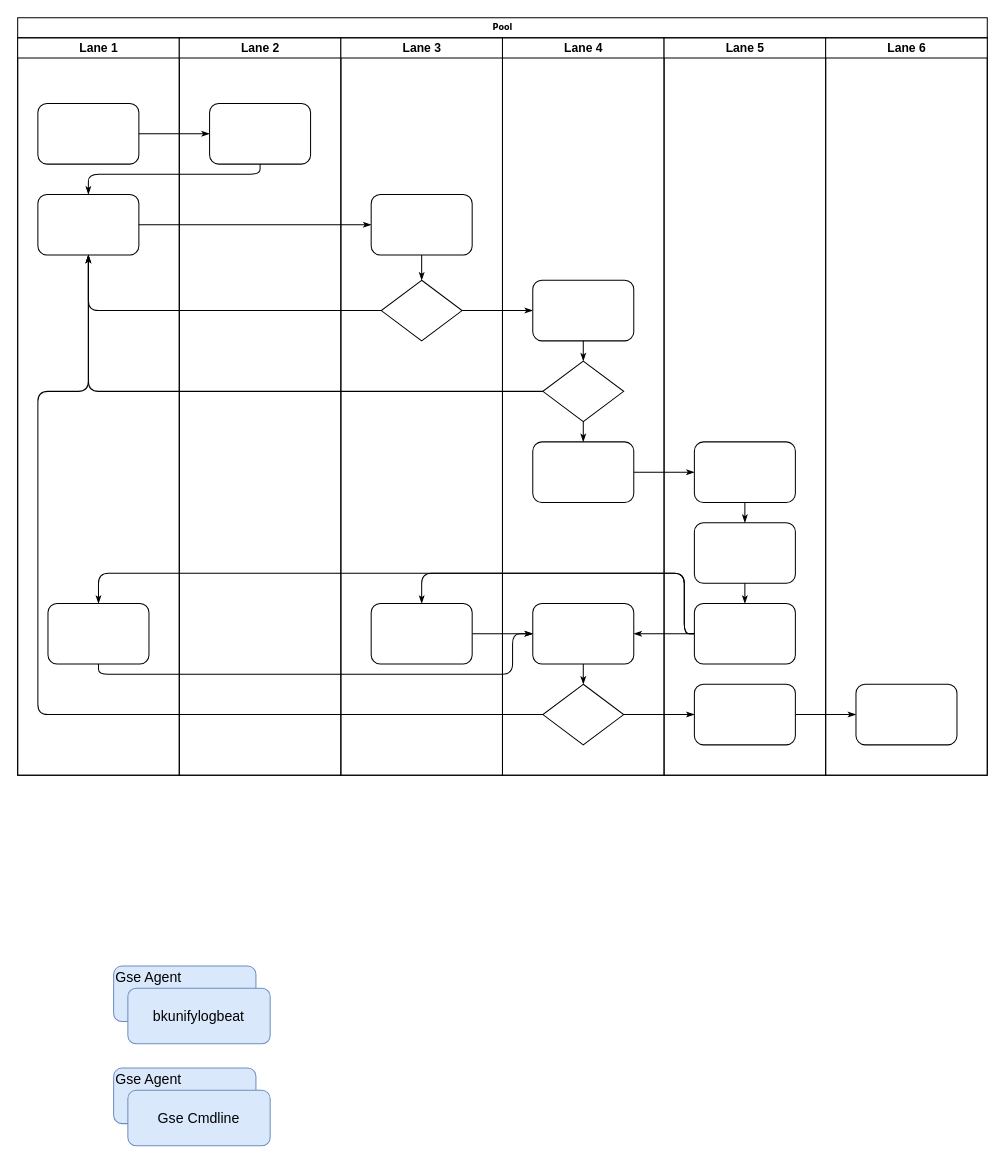
The draw.io diagram Untitled Diagram.drawio in Eli-ZhangLu/tools, before the edit. Source tidied: cells renumbered, new cells numbered last; positions are measured from the earlier drawing's top-left corner, leaving out a move shared by most shapes. Both pictures are drawn from the tidied source at 101%, with x=0, y=0 at pixel (17, 17).
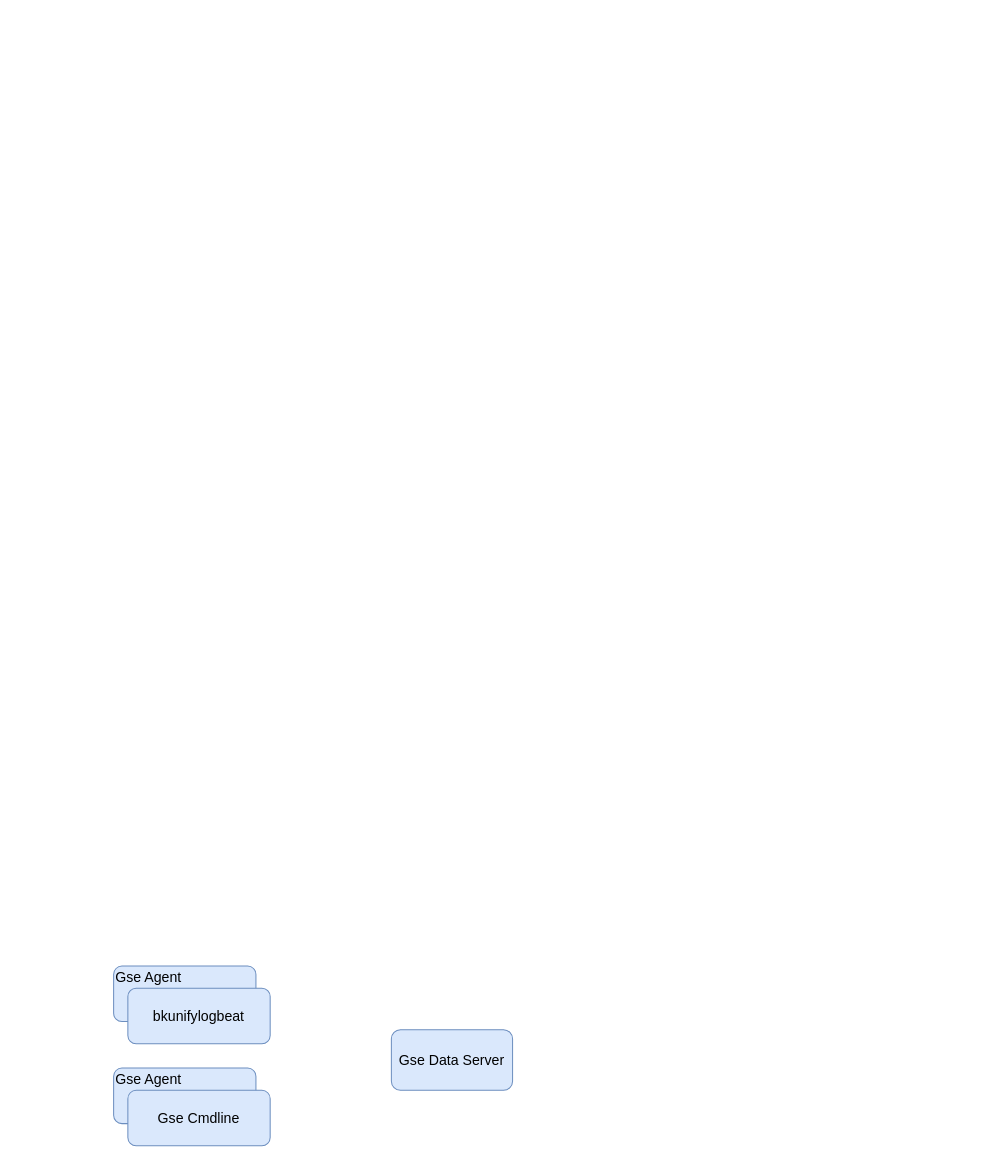
Above is the later version.

What changed in the source:
```diff
@@
-    <mxCell id="2" value="Pool" style="swimlane;html=1;startSize=20;rounded=0;shadow=0;labelBackgroundColor=none;strokeWidth=1;fontFamily=Verdana;fontSize=8;align=center;" parent="1" vertex="1">
-      <mxGeometry width="960" height="750" as="geometry" />
-    </mxCell>
-    <mxCell id="3" value="Lane 1" style="swimlane;html=1;startSize=20;" parent="2" vertex="1">
-      <mxGeometry y="20" width="160" height="730" as="geometry" />
-    </mxCell>
-    <mxCell id="4" style="rounded=1;whiteSpace=wrap;html=1;shadow=0;labelBackgroundColor=none;strokeWidth=1;fontFamily=Verdana;fontSize=8;align=center;" parent="3" vertex="1">
-      <mxGeometry x="20" y="65" width="100" height="60" as="geometry" />
-    </mxCell>
-    <mxCell id="5" style="rounded=1;whiteSpace=wrap;html=1;shadow=0;labelBackgroundColor=none;strokeWidth=1;fontFamily=Verdana;fontSize=8;align=center;" parent="3" vertex="1">
-      <mxGeometry x="20" y="155" width="100" height="60" as="geometry" />
-    </mxCell>
-    <mxCell id="6" style="rounded=1;whiteSpace=wrap;html=1;shadow=0;labelBackgroundColor=none;strokeWidth=1;fontFamily=Verdana;fontSize=8;align=center;" parent="3" vertex="1">
-      <mxGeometry x="30" y="560" width="100" height="60" as="geometry" />
-    </mxCell>
-    <mxCell id="7" style="edgeStyle=orthogonalEdgeStyle;rounded=1;html=1;labelBackgroundColor=none;startArrow=none;startFill=0;startSize=5;endArrow=classicThin;endFill=1;endSize=5;jettySize=auto;strokeWidth=1;fontFamily=Verdana;fontSize=8;" parent="2" edge="1" source="4" target="23">
-      <mxGeometry relative="1" as="geometry" />
-    </mxCell>
-    <mxCell id="8" style="edgeStyle=orthogonalEdgeStyle;rounded=1;html=1;labelBackgroundColor=none;startArrow=none;startFill=0;startSize=5;endArrow=classicThin;endFill=1;endSize=5;jettySize=auto;strokeWidth=1;fontFamily=Verdana;fontSize=8;" parent="2" edge="1" source="23" target="5">
-      <mxGeometry relative="1" as="geometry">
-        <Array as="points">
-          <mxPoint x="240" y="155" />
-          <mxPoint x="70" y="155" />
-        </Array>
-      </mxGeometry>
-    </mxCell>
-    <mxCell id="9" style="edgeStyle=orthogonalEdgeStyle;rounded=1;html=1;labelBackgroundColor=none;startArrow=none;startFill=0;startSize=5;endArrow=classicThin;endFill=1;endSize=5;jettySize=auto;strokeWidth=1;fontFamily=Verdana;fontSize=8;" parent="2" edge="1" source="5" target="25">
-      <mxGeometry relative="1" as="geometry" />
-    </mxCell>
-    <mxCell id="10" style="edgeStyle=orthogonalEdgeStyle;rounded=1;html=1;labelBackgroundColor=none;startArrow=none;startFill=0;startSize=5;endArrow=classicThin;endFill=1;endSize=5;jettySize=auto;strokeWidth=1;fontFamily=Verdana;fontSize=8;" parent="2" edge="1" source="26" target="5">
-      <mxGeometry relative="1" as="geometry" />
-    </mxCell>
-    <mxCell id="11" style="edgeStyle=orthogonalEdgeStyle;rounded=1;html=1;labelBackgroundColor=none;startArrow=none;startFill=0;startSize=5;endArrow=classicThin;endFill=1;endSize=5;jettySize=auto;strokeWidth=1;fontFamily=Verdana;fontSize=8;" parent="2" edge="1" source="31" target="5">
-      <mxGeometry relative="1" as="geometry" />
-    </mxCell>
-    <mxCell id="12" style="edgeStyle=orthogonalEdgeStyle;rounded=1;html=1;labelBackgroundColor=none;startArrow=none;startFill=0;startSize=5;endArrow=classicThin;endFill=1;endSize=5;jettySize=auto;strokeWidth=1;fontFamily=Verdana;fontSize=8;" parent="2" edge="1" source="34" target="5">
-      <mxGeometry relative="1" as="geometry">
-        <Array as="points">
-          <mxPoint x="20" y="690" />
-          <mxPoint x="20" y="370" />
-          <mxPoint x="70" y="370" />
-        </Array>
-      </mxGeometry>
-    </mxCell>
-    <mxCell id="13" style="edgeStyle=orthogonalEdgeStyle;rounded=1;html=1;labelBackgroundColor=none;startArrow=none;startFill=0;startSize=5;endArrow=classicThin;endFill=1;endSize=5;jettySize=auto;strokeWidth=1;fontFamily=Verdana;fontSize=8;" parent="2" edge="1" source="26" target="30">
-      <mxGeometry relative="1" as="geometry" />
-    </mxCell>
-    <mxCell id="14" style="edgeStyle=orthogonalEdgeStyle;rounded=1;html=1;labelBackgroundColor=none;startArrow=none;startFill=0;startSize=5;endArrow=classicThin;endFill=1;endSize=5;jettySize=auto;strokeWidth=1;fontFamily=Verdana;fontSize=8;" parent="2" edge="1" source="34" target="42">
-      <mxGeometry relative="1" as="geometry" />
-    </mxCell>
-    <mxCell id="15" style="edgeStyle=orthogonalEdgeStyle;rounded=1;html=1;labelBackgroundColor=none;startArrow=none;startFill=0;startSize=5;endArrow=classicThin;endFill=1;endSize=5;jettySize=auto;strokeWidth=1;fontFamily=Verdana;fontSize=8;" parent="2" edge="1" source="42" target="46">
-      <mxGeometry relative="1" as="geometry" />
-    </mxCell>
-    <mxCell id="16" style="edgeStyle=orthogonalEdgeStyle;rounded=1;html=1;labelBackgroundColor=none;startArrow=none;startFill=0;startSize=5;endArrow=classicThin;endFill=1;endSize=5;jettySize=auto;strokeWidth=1;fontFamily=Verdana;fontSize=8;" parent="2" edge="1" source="32" target="39">
-      <mxGeometry relative="1" as="geometry" />
-    </mxCell>
-    <mxCell id="17" style="edgeStyle=orthogonalEdgeStyle;rounded=1;html=1;labelBackgroundColor=none;startArrow=none;startFill=0;startSize=5;endArrow=classicThin;endFill=1;endSize=5;jettySize=auto;strokeWidth=1;fontFamily=Verdana;fontSize=8;" parent="2" edge="1" source="41" target="27">
-      <mxGeometry relative="1" as="geometry">
-        <Array as="points">
-          <mxPoint x="660" y="610" />
-          <mxPoint x="660" y="550" />
-          <mxPoint x="400" y="550" />
-        </Array>
-      </mxGeometry>
-    </mxCell>
-    <mxCell id="18" style="edgeStyle=orthogonalEdgeStyle;rounded=1;html=1;labelBackgroundColor=none;startArrow=none;startFill=0;startSize=5;endArrow=classicThin;endFill=1;endSize=5;jettySize=auto;strokeColor=#000000;strokeWidth=1;fontFamily=Verdana;fontSize=8;fontColor=#000000;" parent="2" edge="1" source="41" target="33">
-      <mxGeometry relative="1" as="geometry" />
-    </mxCell>
-    <mxCell id="19" style="edgeStyle=orthogonalEdgeStyle;rounded=1;html=1;labelBackgroundColor=none;startArrow=none;startFill=0;startSize=5;endArrow=classicThin;endFill=1;endSize=5;jettySize=auto;strokeWidth=1;fontFamily=Verdana;fontSize=8;" parent="2" edge="1" source="41" target="6">
-      <mxGeometry relative="1" as="geometry">
-        <Array as="points">
-          <mxPoint x="660" y="610" />
-          <mxPoint x="660" y="550" />
-          <mxPoint x="80" y="550" />
-        </Array>
-      </mxGeometry>
-    </mxCell>
-    <mxCell id="20" style="edgeStyle=orthogonalEdgeStyle;rounded=1;html=1;labelBackgroundColor=none;startArrow=none;startFill=0;startSize=5;endArrow=classicThin;endFill=1;endSize=5;jettySize=auto;strokeWidth=1;fontFamily=Verdana;fontSize=8;" parent="2" edge="1" source="6" target="33">
-      <mxGeometry relative="1" as="geometry">
-        <Array as="points">
-          <mxPoint x="80" y="650" />
-          <mxPoint x="490" y="650" />
-          <mxPoint x="490" y="610" />
-        </Array>
-      </mxGeometry>
-    </mxCell>
-    <mxCell id="21" style="edgeStyle=orthogonalEdgeStyle;rounded=1;html=1;labelBackgroundColor=none;startArrow=none;startFill=0;startSize=5;endArrow=classicThin;endFill=1;endSize=5;jettySize=auto;strokeWidth=1;fontFamily=Verdana;fontSize=8;" parent="2" edge="1" source="27" target="33">
-      <mxGeometry relative="1" as="geometry" />
-    </mxCell>
-    <mxCell id="22" value="Lane 2" style="swimlane;html=1;startSize=20;" parent="2" vertex="1">
-      <mxGeometry x="160" y="20" width="160" height="730" as="geometry" />
-    </mxCell>
-    <mxCell id="23" style="rounded=1;whiteSpace=wrap;html=1;shadow=0;labelBackgroundColor=none;strokeWidth=1;fontFamily=Verdana;fontSize=8;align=center;" parent="22" vertex="1">
-      <mxGeometry x="30" y="65" width="100" height="60" as="geometry" />
-    </mxCell>
-    <mxCell id="24" value="Lane 3" style="swimlane;html=1;startSize=20;" parent="2" vertex="1">
-      <mxGeometry x="320" y="20" width="160" height="730" as="geometry" />
-    </mxCell>
-    <mxCell id="25" style="rounded=1;whiteSpace=wrap;html=1;shadow=0;labelBackgroundColor=none;strokeWidth=1;fontFamily=Verdana;fontSize=8;align=center;" parent="24" vertex="1">
-      <mxGeometry x="30" y="155" width="100" height="60" as="geometry" />
-    </mxCell>
-    <mxCell id="26" style="rhombus;whiteSpace=wrap;html=1;rounded=0;shadow=0;labelBackgroundColor=none;strokeWidth=1;fontFamily=Verdana;fontSize=8;align=center;" parent="24" vertex="1">
-      <mxGeometry x="40" y="240" width="80" height="60" as="geometry" />
-    </mxCell>
-    <mxCell id="27" style="rounded=1;whiteSpace=wrap;html=1;shadow=0;labelBackgroundColor=none;strokeWidth=1;fontFamily=Verdana;fontSize=8;align=center;" parent="24" vertex="1">
-      <mxGeometry x="30" y="560" width="100" height="60" as="geometry" />
-    </mxCell>
-    <mxCell id="28" style="edgeStyle=orthogonalEdgeStyle;rounded=1;html=1;labelBackgroundColor=none;startArrow=none;startFill=0;startSize=5;endArrow=classicThin;endFill=1;endSize=5;jettySize=auto;strokeWidth=1;fontFamily=Verdana;fontSize=8;" parent="24" edge="1" source="25" target="26">
-      <mxGeometry relative="1" as="geometry" />
-    </mxCell>
-    <mxCell id="29" value="Lane 4" style="swimlane;html=1;startSize=20;" parent="2" vertex="1">
-      <mxGeometry x="480" y="20" width="160" height="730" as="geometry" />
-    </mxCell>
-    <mxCell id="30" style="rounded=1;whiteSpace=wrap;html=1;shadow=0;labelBackgroundColor=none;strokeWidth=1;fontFamily=Verdana;fontSize=8;align=center;" parent="29" vertex="1">
-      <mxGeometry x="30" y="240" width="100" height="60" as="geometry" />
-    </mxCell>
-    <mxCell id="31" style="rhombus;whiteSpace=wrap;html=1;rounded=0;shadow=0;labelBackgroundColor=none;strokeWidth=1;fontFamily=Verdana;fontSize=8;align=center;" parent="29" vertex="1">
-      <mxGeometry x="40" y="320" width="80" height="60" as="geometry" />
-    </mxCell>
-    <mxCell id="32" style="rounded=1;whiteSpace=wrap;html=1;shadow=0;labelBackgroundColor=none;strokeWidth=1;fontFamily=Verdana;fontSize=8;align=center;" parent="29" vertex="1">
-      <mxGeometry x="30" y="400" width="100" height="60" as="geometry" />
-    </mxCell>
-    <mxCell id="33" style="rounded=1;whiteSpace=wrap;html=1;shadow=0;labelBackgroundColor=none;strokeWidth=1;fontFamily=Verdana;fontSize=8;align=center;" parent="29" vertex="1">
-      <mxGeometry x="30" y="560" width="100" height="60" as="geometry" />
-    </mxCell>
-    <mxCell id="34" style="rhombus;whiteSpace=wrap;html=1;rounded=0;shadow=0;labelBackgroundColor=none;strokeWidth=1;fontFamily=Verdana;fontSize=8;align=center;" parent="29" vertex="1">
-      <mxGeometry x="40" y="640" width="80" height="60" as="geometry" />
-    </mxCell>
-    <mxCell id="35" style="edgeStyle=orthogonalEdgeStyle;rounded=1;html=1;labelBackgroundColor=none;startArrow=none;startFill=0;startSize=5;endArrow=classicThin;endFill=1;endSize=5;jettySize=auto;strokeColor=#000000;strokeWidth=1;fontFamily=Verdana;fontSize=8;fontColor=#000000;" parent="29" edge="1" source="30" target="31">
-      <mxGeometry relative="1" as="geometry" />
-    </mxCell>
-    <mxCell id="36" style="edgeStyle=orthogonalEdgeStyle;rounded=1;html=1;labelBackgroundColor=none;startArrow=none;startFill=0;startSize=5;endArrow=classicThin;endFill=1;endSize=5;jettySize=auto;strokeWidth=1;fontFamily=Verdana;fontSize=8;" parent="29" edge="1" source="31" target="32">
-      <mxGeometry relative="1" as="geometry" />
-    </mxCell>
-    <mxCell id="37" style="edgeStyle=orthogonalEdgeStyle;rounded=1;html=1;labelBackgroundColor=none;startArrow=none;startFill=0;startSize=5;endArrow=classicThin;endFill=1;endSize=5;jettySize=auto;strokeWidth=1;fontFamily=Verdana;fontSize=8;" parent="29" edge="1" source="33" target="34">
-      <mxGeometry relative="1" as="geometry" />
-    </mxCell>
-    <mxCell id="38" value="Lane 5" style="swimlane;html=1;startSize=20;" parent="2" vertex="1">
-      <mxGeometry x="640" y="20" width="160" height="730" as="geometry" />
-    </mxCell>
-    <mxCell id="39" style="rounded=1;whiteSpace=wrap;html=1;shadow=0;labelBackgroundColor=none;strokeWidth=1;fontFamily=Verdana;fontSize=8;align=center;" parent="38" vertex="1">
-      <mxGeometry x="30" y="400" width="100" height="60" as="geometry" />
-    </mxCell>
-    <mxCell id="40" style="rounded=1;whiteSpace=wrap;html=1;shadow=0;labelBackgroundColor=none;strokeWidth=1;fontFamily=Verdana;fontSize=8;align=center;" parent="38" vertex="1">
-      <mxGeometry x="30" y="480" width="100" height="60" as="geometry" />
-    </mxCell>
-    <mxCell id="41" style="rounded=1;whiteSpace=wrap;html=1;shadow=0;labelBackgroundColor=none;strokeWidth=1;fontFamily=Verdana;fontSize=8;align=center;" parent="38" vertex="1">
-      <mxGeometry x="30" y="560" width="100" height="60" as="geometry" />
-    </mxCell>
-    <mxCell id="42" style="rounded=1;whiteSpace=wrap;html=1;shadow=0;labelBackgroundColor=none;strokeWidth=1;fontFamily=Verdana;fontSize=8;align=center;" parent="38" vertex="1">
-      <mxGeometry x="30" y="640" width="100" height="60" as="geometry" />
-    </mxCell>
-    <mxCell id="43" style="edgeStyle=orthogonalEdgeStyle;rounded=1;html=1;labelBackgroundColor=none;startArrow=none;startFill=0;startSize=5;endArrow=classicThin;endFill=1;endSize=5;jettySize=auto;strokeWidth=1;fontFamily=Verdana;fontSize=8;" parent="38" edge="1" source="39" target="40">
-      <mxGeometry relative="1" as="geometry" />
-    </mxCell>
-    <mxCell id="44" style="edgeStyle=orthogonalEdgeStyle;rounded=1;html=1;labelBackgroundColor=none;startArrow=none;startFill=0;startSize=5;endArrow=classicThin;endFill=1;endSize=5;jettySize=auto;strokeWidth=1;fontFamily=Verdana;fontSize=8;" parent="38" edge="1" source="40" target="41">
-      <mxGeometry relative="1" as="geometry" />
-    </mxCell>
-    <mxCell id="45" value="Lane 6" style="swimlane;html=1;startSize=20;" parent="2" vertex="1">
-      <mxGeometry x="800" y="20" width="160" height="730" as="geometry" />
-    </mxCell>
-    <mxCell id="46" style="rounded=1;whiteSpace=wrap;html=1;shadow=0;labelBackgroundColor=none;strokeWidth=1;fontFamily=Verdana;fontSize=8;align=center;" parent="45" vertex="1">
-      <mxGeometry x="30" y="640" width="100" height="60" as="geometry" />
-    </mxCell>
@@
+    <mxCell id="53" value="Gse Data Server" style="rounded=1;whiteSpace=wrap;html=1;fontSize=14;fillColor=#dae8fc;strokeColor=#6c8ebf;" parent="1" vertex="1">
+      <mxGeometry x="370" y="1002" width="120" height="60" as="geometry" />
+    </mxCell>
```
